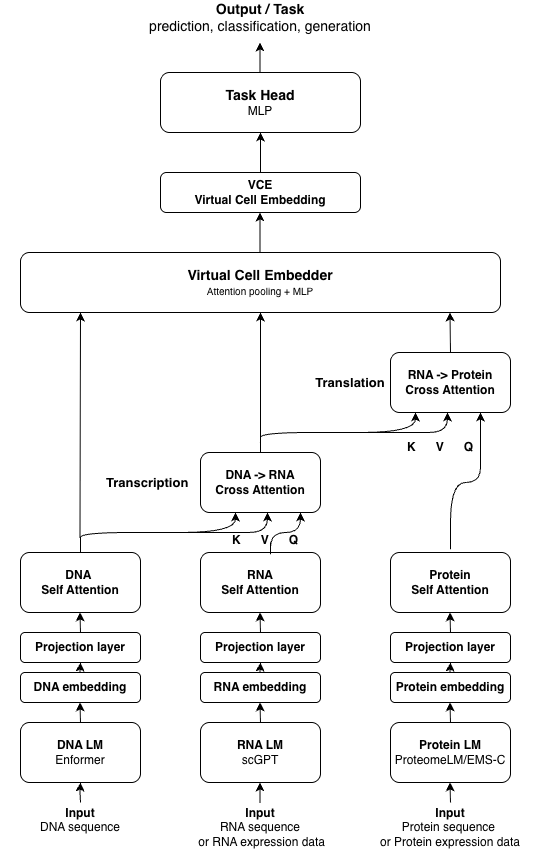
Earlier version of the draw.io export docs/figures/CDT_diagram.png (nobusama/CDT). Source tidied: cells renumbered, new cells last; positions are measured from the earlier drawing's top-left corner, leaving out a move shared by most shapes.
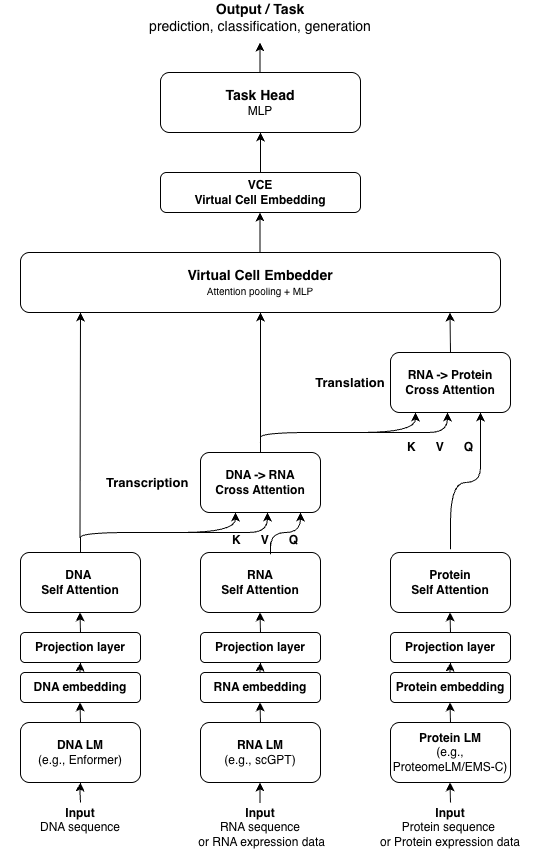
Above is the later version.

Commit message:
Update Figure 1: Show LMs as interchangeable examples

- DNA LM (e.g., Enformer)
- RNA LM (e.g., scGPT)
- Protein LM (e.g., ProteomeLM/EMS-C)

🤖 Generated with [Claude Code](https://claude.com/claude-code)

Change to the diagram source:
```diff
@@ -32,7 +32,7 @@
     <mxCell id="8" value="&lt;b&gt;&lt;font style=&quot;font-size: 14px;&quot;&gt;Output / Task&lt;/font&gt;&lt;/b&gt;&lt;div&gt;&lt;span style=&quot;font-size: 14px;&quot;&gt;prediction, classification, generation&lt;/span&gt;&lt;/div&gt;" style="text;html=1;whiteSpace=wrap;strokeColor=none;fillColor=none;align=center;verticalAlign=middle;rounded=0;" parent="1" vertex="1">
       <mxGeometry x="120" width="280" height="30" as="geometry" />
     </mxCell>
-    <mxCell id="9" value="&lt;b&gt;DNA LM&lt;/b&gt;&lt;div&gt;Enformer&lt;/div&gt;" style="rounded=1;whiteSpace=wrap;html=1;" parent="1" vertex="1">
+    <mxCell id="9" value="&lt;b&gt;DNA LM&lt;/b&gt;&lt;div&gt;(e.g., Enformer)&lt;/div&gt;" style="rounded=1;whiteSpace=wrap;html=1;" parent="1" vertex="1">
       <mxGeometry x="20" y="720" width="120" height="60" as="geometry" />
     </mxCell>
     <mxCell id="10" style="endArrow=classic;html=1;rounded=0;" parent="1" edge="1">
@@ -53,7 +53,7 @@
     <mxCell id="13" value="&lt;b&gt;DNA&amp;nbsp;&lt;/b&gt;&lt;div&gt;&lt;b&gt;Self Attention&lt;/b&gt;&lt;/div&gt;" style="rounded=1;whiteSpace=wrap;html=1;" parent="1" vertex="1">
       <mxGeometry x="20" y="550" width="120" height="60" as="geometry" />
     </mxCell>
-    <mxCell id="14" value="&lt;b&gt;RNA LM&lt;/b&gt;&lt;div&gt;scGPT&lt;/div&gt;" style="rounded=1;whiteSpace=wrap;html=1;" parent="1" vertex="1">
+    <mxCell id="14" value="&lt;b&gt;RNA LM&lt;/b&gt;&lt;div&gt;(e.g., scGPT)&lt;/div&gt;" style="rounded=1;whiteSpace=wrap;html=1;" parent="1" vertex="1">
       <mxGeometry x="200" y="720" width="120" height="60" as="geometry" />
     </mxCell>
     <mxCell id="15" style="endArrow=classic;html=1;rounded=0;" parent="1" edge="1">
@@ -71,7 +71,7 @@
     <mxCell id="18" value="&lt;b&gt;RNA&lt;/b&gt;&lt;br&gt;&lt;div&gt;&lt;b&gt;Self Attention&lt;/b&gt;&lt;/div&gt;" style="rounded=1;whiteSpace=wrap;html=1;" parent="1" vertex="1">
       <mxGeometry x="200" y="550" width="120" height="60" as="geometry" />
     </mxCell>
-    <mxCell id="19" value="&lt;b&gt;Protein LM&lt;/b&gt;&lt;div&gt;ProteomeLM/EMS-C&lt;/div&gt;" style="rounded=1;whiteSpace=wrap;html=1;" parent="1" vertex="1">
+    <mxCell id="19" value="&lt;b&gt;Protein LM&lt;/b&gt;&lt;div&gt;(e.g., ProteomeLM/EMS-C)&lt;/div&gt;" style="rounded=1;whiteSpace=wrap;html=1;" parent="1" vertex="1">
       <mxGeometry x="390" y="720" width="120" height="60" as="geometry" />
     </mxCell>
     <mxCell id="20" style="endArrow=classic;html=1;rounded=0;" parent="1" edge="1">
```
